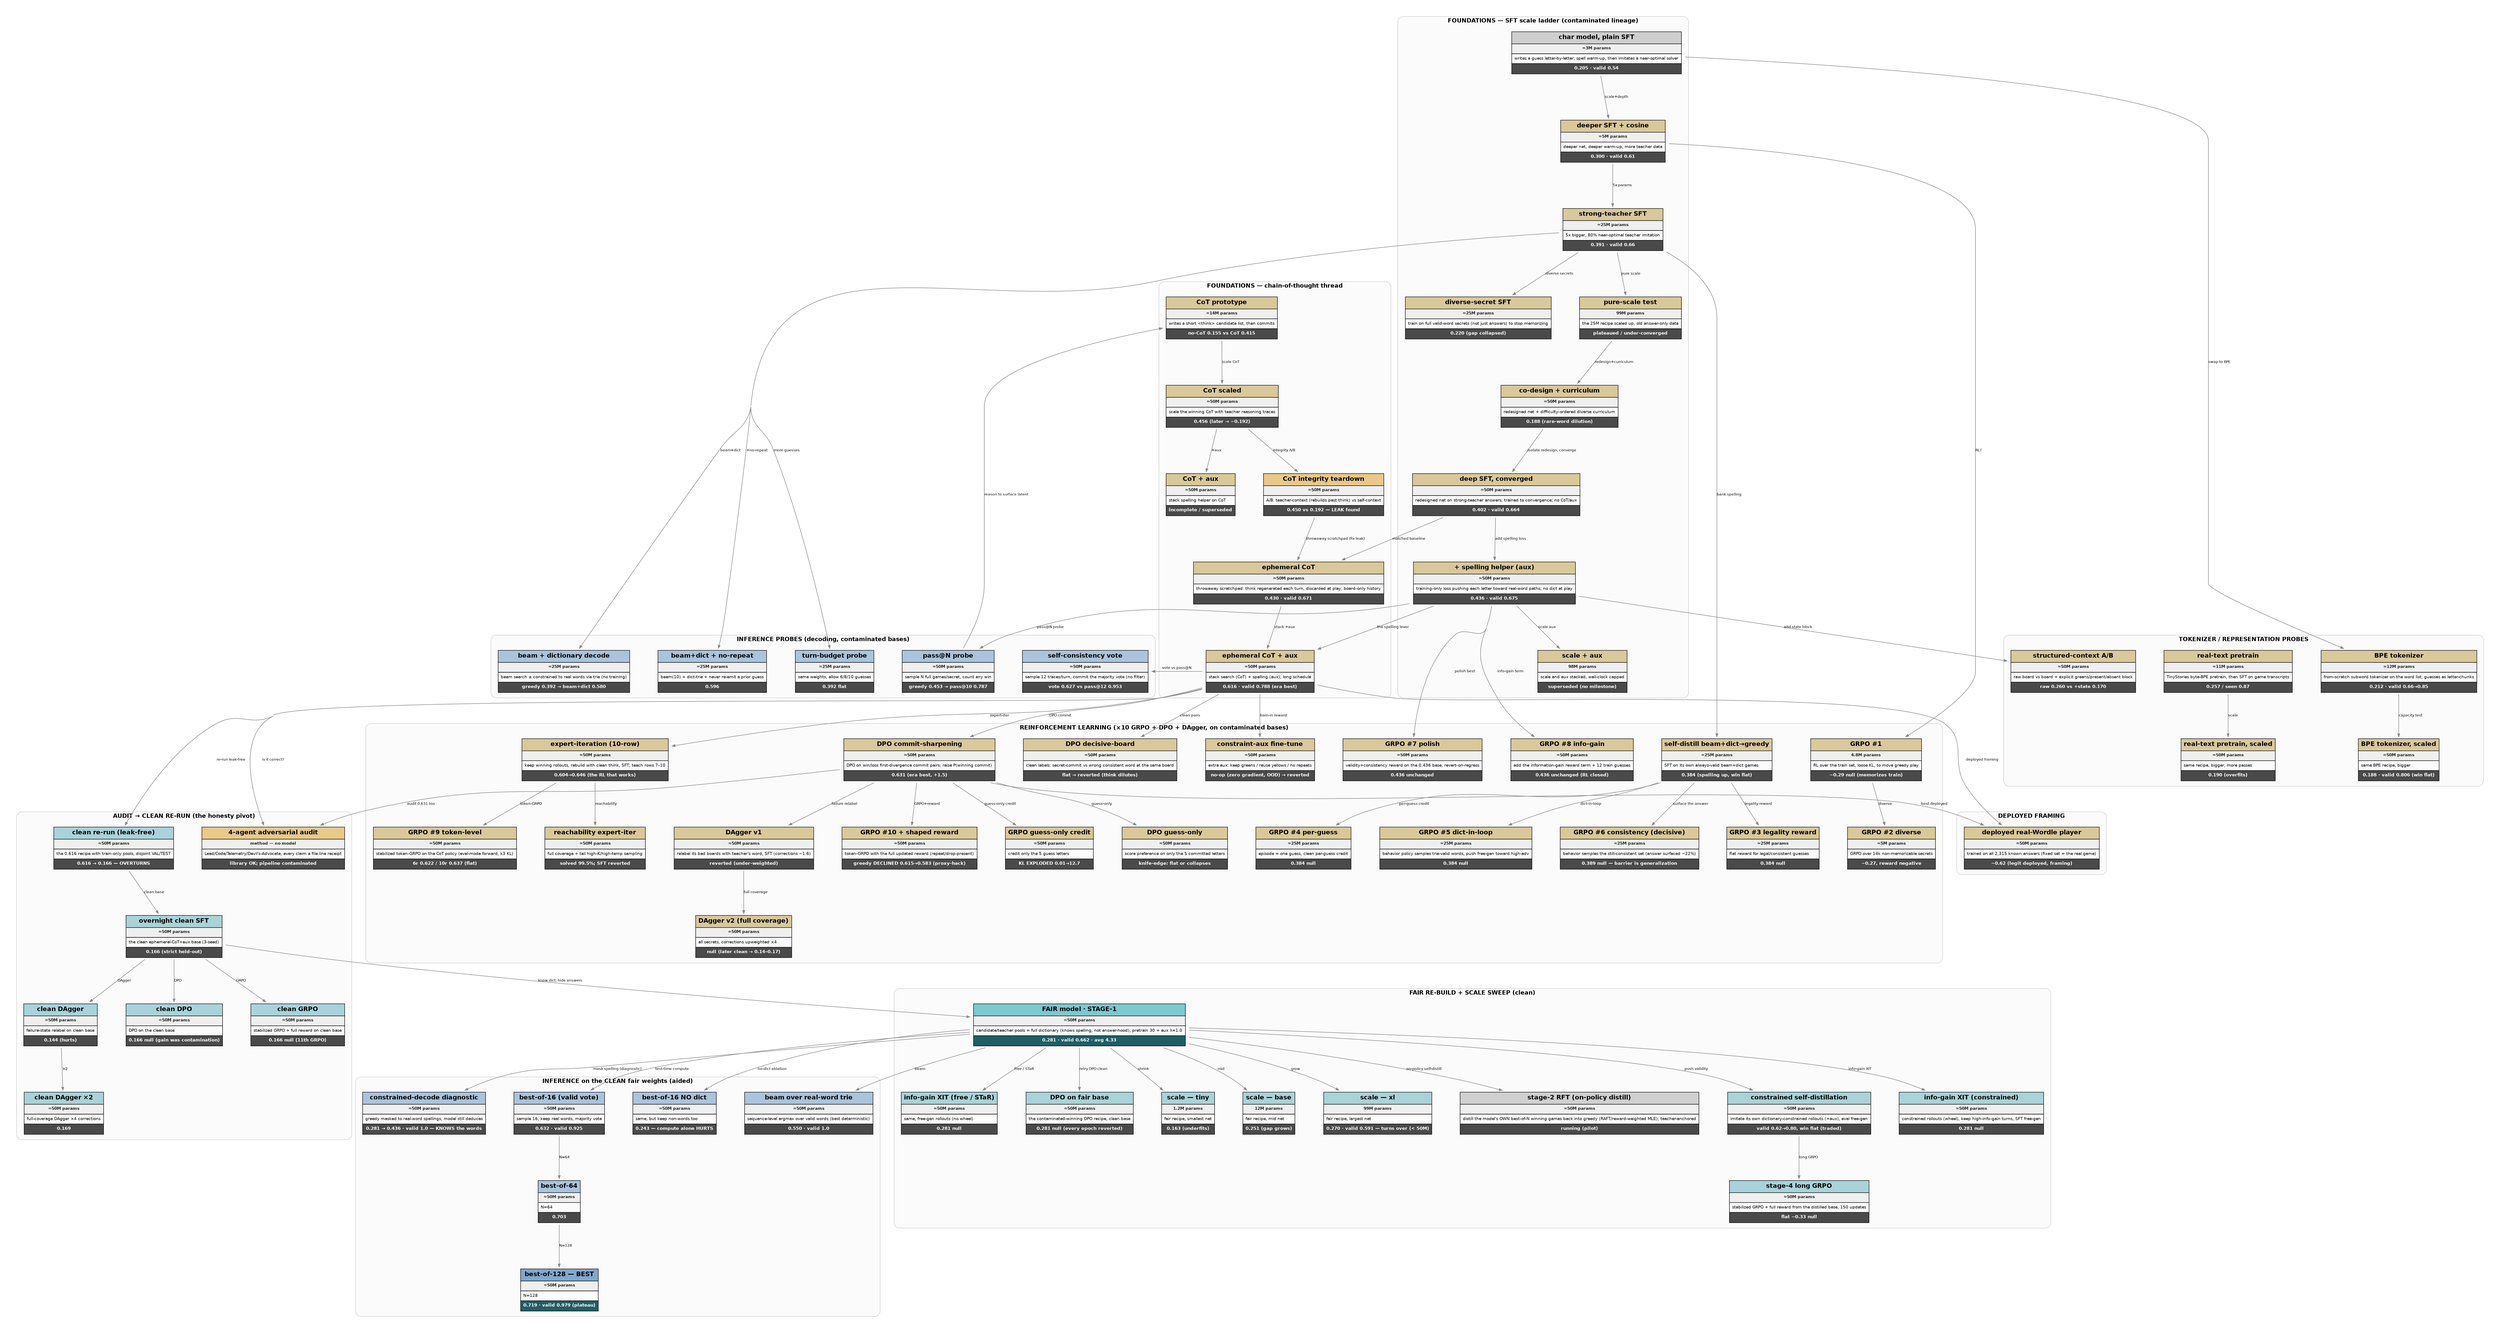
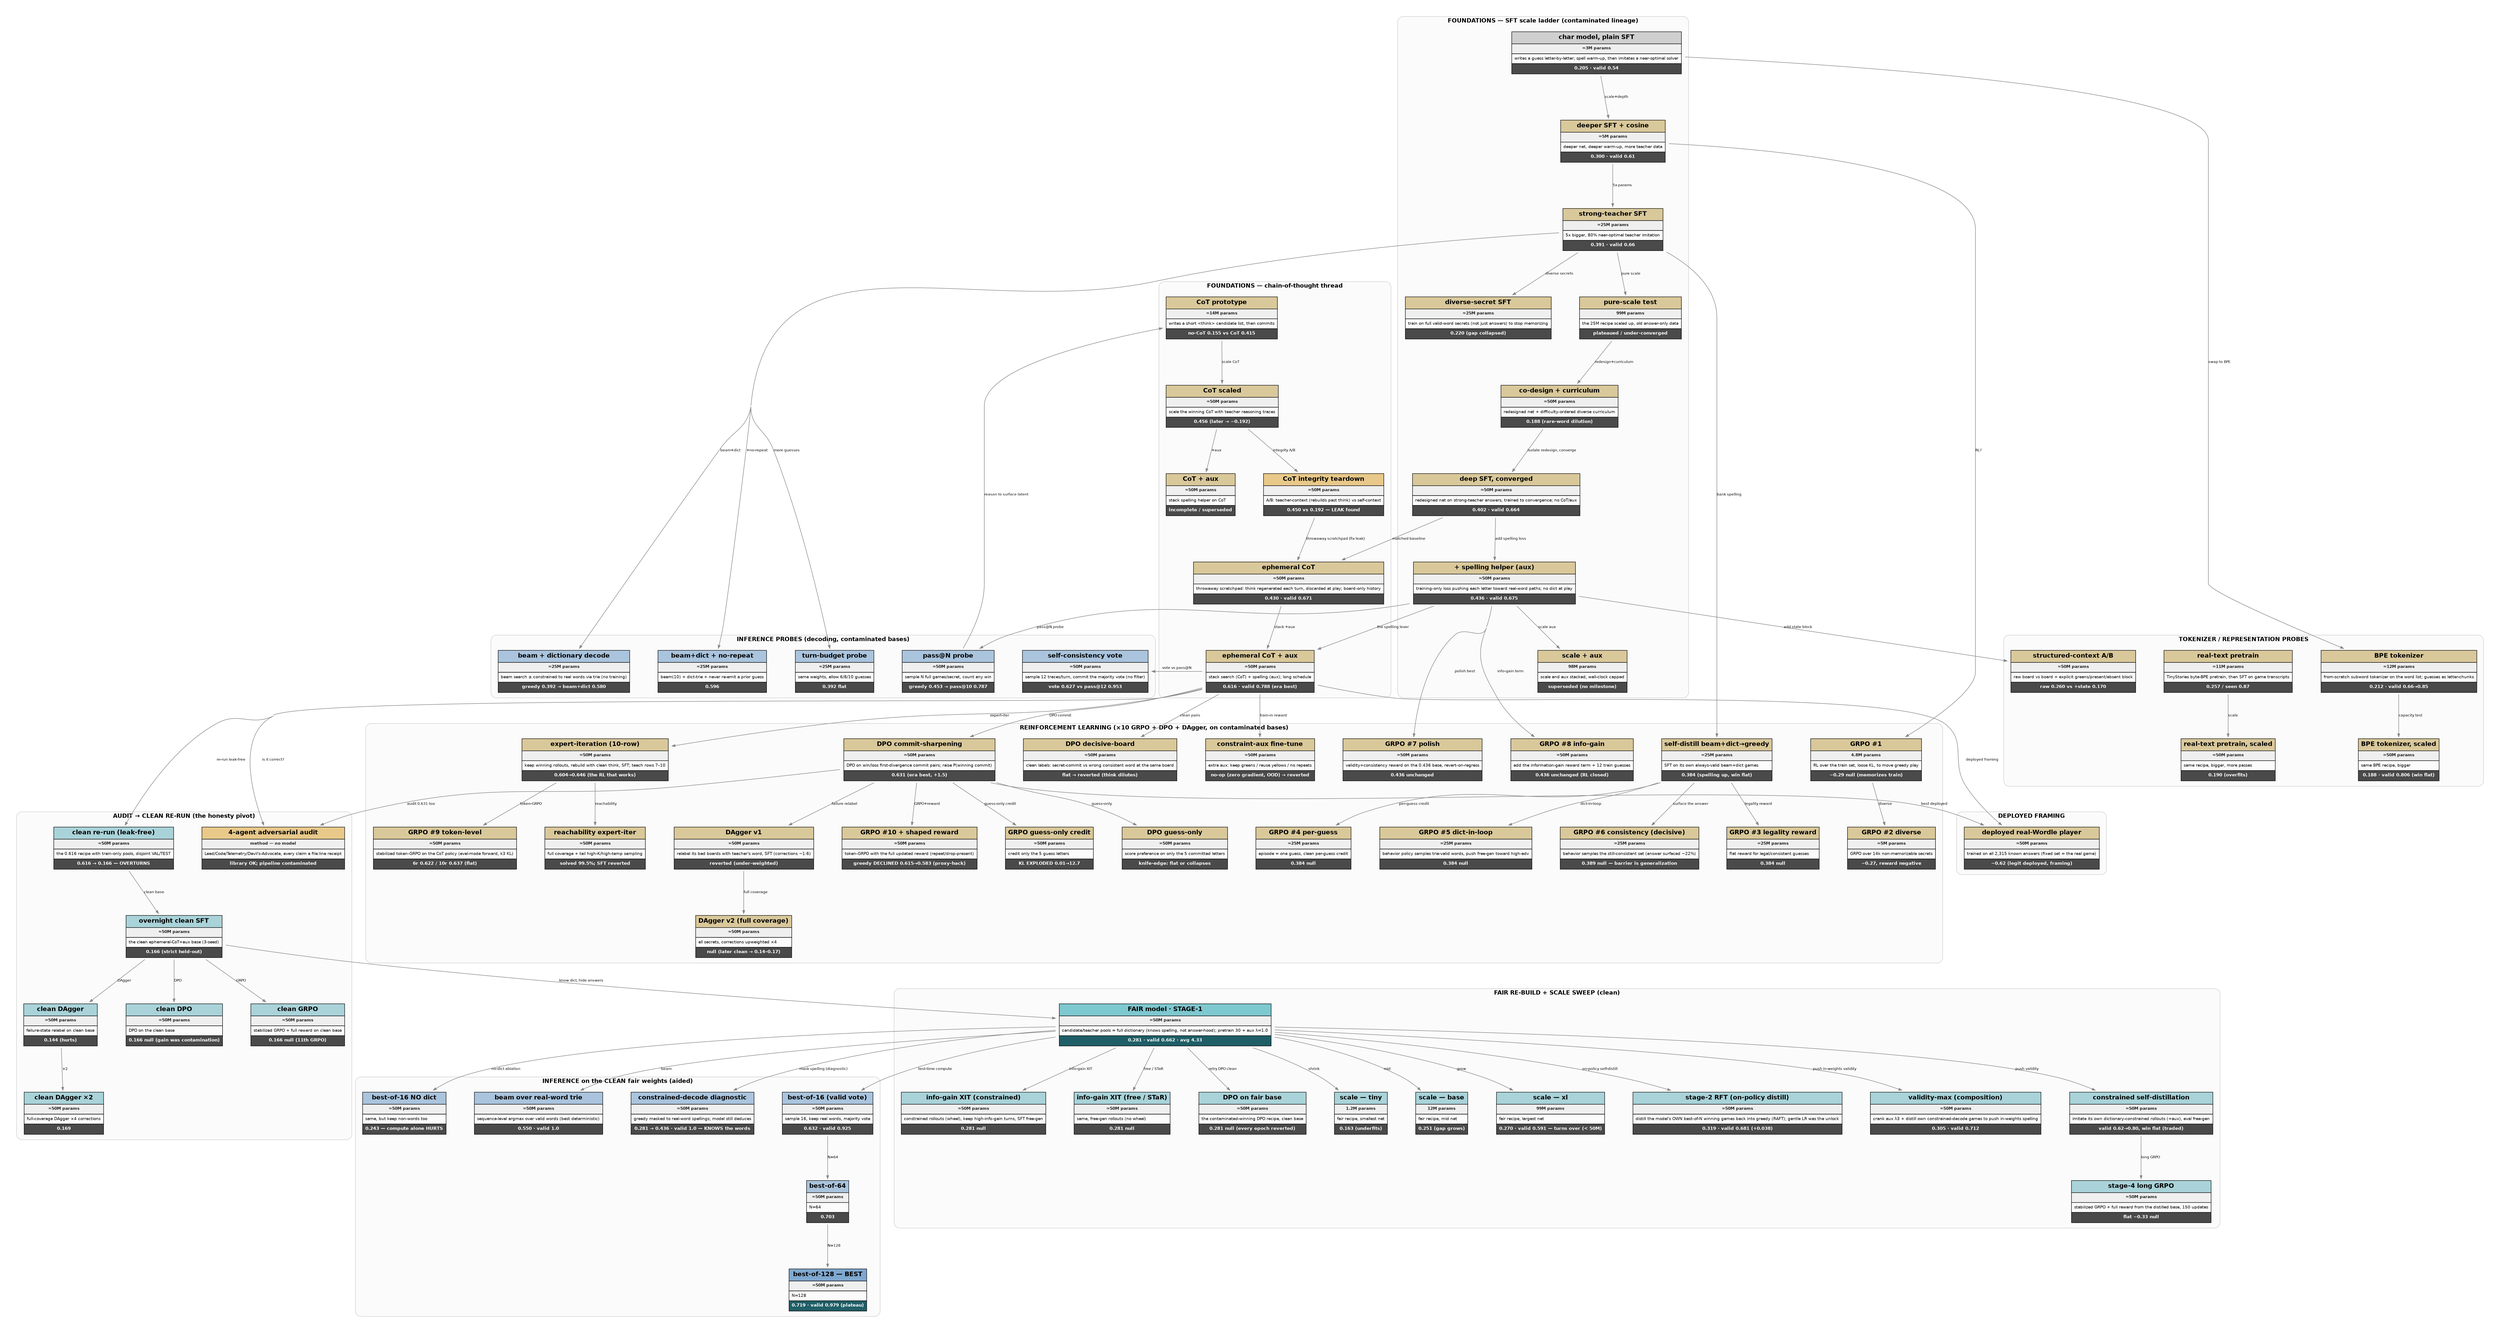
digraph experiments {
  rankdir=TB; bgcolor="white";
  graph [fontname="Helvetica", ranksep=1.2, nodesep=0.65, fontsize=13, concentrate=true, splines=spline, pad=0.4];
  node [shape=plaintext, fontname="Helvetica"];
  edge [fontname="Helvetica", fontsize=8, color="#888888", penwidth=1.1, arrowsize=0.7];
  subgraph cluster_found { label=<<B>FOUNDATIONS — SFT scale ladder (contaminated lineage)</B>>; fontsize=13; color="#cccccc"; style="rounded"; bgcolor="#fbfbfb";
    sft_3m [label=<<TABLE BORDER="0" CELLBORDER="1" CELLSPACING="0" CELLPADDING="5"><TR><TD BGCOLOR="#cfcfcf"><B>char model, plain SFT</B></TD></TR><TR><TD BGCOLOR="#efefef"><FONT POINT-SIZE="9" COLOR="#222222"><B>≈3M params</B></FONT></TD></TR><TR><TD ALIGN="LEFT"><FONT POINT-SIZE="9">writes a guess letter-by-letter; spell warm-up, then imitates a near-optimal solver</FONT></TD></TR><TR><TD BGCOLOR="#4a4a4a"><FONT COLOR="white" POINT-SIZE="10"><B>0.205 · valid 0.54</B></FONT></TD></TR></TABLE>>];
    sft_5m [label=<<TABLE BORDER="0" CELLBORDER="1" CELLSPACING="0" CELLPADDING="5"><TR><TD BGCOLOR="#d9c89a"><B>deeper SFT + cosine</B></TD></TR><TR><TD BGCOLOR="#efefef"><FONT POINT-SIZE="9" COLOR="#222222"><B>≈5M params</B></FONT></TD></TR><TR><TD ALIGN="LEFT"><FONT POINT-SIZE="9">deeper net, deeper warm-up, more teacher data</FONT></TD></TR><TR><TD BGCOLOR="#4a4a4a"><FONT COLOR="white" POINT-SIZE="10"><B>0.300 · valid 0.61</B></FONT></TD></TR></TABLE>>];
    sft_25m [label=<<TABLE BORDER="0" CELLBORDER="1" CELLSPACING="0" CELLPADDING="5"><TR><TD BGCOLOR="#d9c89a"><B>strong-teacher SFT</B></TD></TR><TR><TD BGCOLOR="#efefef"><FONT POINT-SIZE="9" COLOR="#222222"><B>≈25M params</B></FONT></TD></TR><TR><TD ALIGN="LEFT"><FONT POINT-SIZE="9">5x bigger, 80% near-optimal teacher imitation</FONT></TD></TR><TR><TD BGCOLOR="#4a4a4a"><FONT COLOR="white" POINT-SIZE="10"><B>0.391 · valid 0.66</B></FONT></TD></TR></TABLE>>];
    sft_25m_div [label=<<TABLE BORDER="0" CELLBORDER="1" CELLSPACING="0" CELLPADDING="5"><TR><TD BGCOLOR="#d9c89a"><B>diverse-secret SFT</B></TD></TR><TR><TD BGCOLOR="#efefef"><FONT POINT-SIZE="9" COLOR="#222222"><B>≈25M params</B></FONT></TD></TR><TR><TD ALIGN="LEFT"><FONT POINT-SIZE="9">train on full valid-word secrets (not just answers) to stop memorizing</FONT></TD></TR><TR><TD BGCOLOR="#4a4a4a"><FONT COLOR="white" POINT-SIZE="10"><B>0.220 (gap collapsed)</B></FONT></TD></TR></TABLE>>];
    scale_99m [label=<<TABLE BORDER="0" CELLBORDER="1" CELLSPACING="0" CELLPADDING="5"><TR><TD BGCOLOR="#d9c89a"><B>pure-scale test</B></TD></TR><TR><TD BGCOLOR="#efefef"><FONT POINT-SIZE="9" COLOR="#222222"><B>99M params</B></FONT></TD></TR><TR><TD ALIGN="LEFT"><FONT POINT-SIZE="9">the 25M recipe scaled up, old answer-only data</FONT></TD></TR><TR><TD BGCOLOR="#4a4a4a"><FONT COLOR="white" POINT-SIZE="10"><B>plateaued / under-converged</B></FONT></TD></TR></TABLE>>];
    codesign_50m [label=<<TABLE BORDER="0" CELLBORDER="1" CELLSPACING="0" CELLPADDING="5"><TR><TD BGCOLOR="#d9c89a"><B>co-design + curriculum</B></TD></TR><TR><TD BGCOLOR="#efefef"><FONT POINT-SIZE="9" COLOR="#222222"><B>≈50M params</B></FONT></TD></TR><TR><TD ALIGN="LEFT"><FONT POINT-SIZE="9">redesigned net + difficulty-ordered diverse curriculum</FONT></TD></TR><TR><TD BGCOLOR="#4a4a4a"><FONT COLOR="white" POINT-SIZE="10"><B>0.188 (rare-word dilution)</B></FONT></TD></TR></TABLE>>];
    sft_deep [label=<<TABLE BORDER="0" CELLBORDER="1" CELLSPACING="0" CELLPADDING="5"><TR><TD BGCOLOR="#d9c89a"><B>deep SFT, converged</B></TD></TR><TR><TD BGCOLOR="#efefef"><FONT POINT-SIZE="9" COLOR="#222222"><B>≈50M params</B></FONT></TD></TR><TR><TD ALIGN="LEFT"><FONT POINT-SIZE="9">redesigned net on strong-teacher answers, trained to convergence; no CoT/aux</FONT></TD></TR><TR><TD BGCOLOR="#4a4a4a"><FONT COLOR="white" POINT-SIZE="10"><B>0.402 · valid 0.664</B></FONT></TD></TR></TABLE>>];
    sft_aux [label=<<TABLE BORDER="0" CELLBORDER="1" CELLSPACING="0" CELLPADDING="5"><TR><TD BGCOLOR="#d9c89a"><B>+ spelling helper (aux)</B></TD></TR><TR><TD BGCOLOR="#efefef"><FONT POINT-SIZE="9" COLOR="#222222"><B>≈50M params</B></FONT></TD></TR><TR><TD ALIGN="LEFT"><FONT POINT-SIZE="9">training-only loss pushing each letter toward real-word paths; no dict at play</FONT></TD></TR><TR><TD BGCOLOR="#4a4a4a"><FONT COLOR="white" POINT-SIZE="10"><B>0.436 · valid 0.675</B></FONT></TD></TR></TABLE>>];
    sft_aux_xl [label=<<TABLE BORDER="0" CELLBORDER="1" CELLSPACING="0" CELLPADDING="5"><TR><TD BGCOLOR="#d9c89a"><B>scale + aux</B></TD></TR><TR><TD BGCOLOR="#efefef"><FONT POINT-SIZE="9" COLOR="#222222"><B>98M params</B></FONT></TD></TR><TR><TD ALIGN="LEFT"><FONT POINT-SIZE="9">scale and aux stacked, wall-clock capped</FONT></TD></TR><TR><TD BGCOLOR="#4a4a4a"><FONT COLOR="white" POINT-SIZE="10"><B>superseded (no milestone)</B></FONT></TD></TR></TABLE>>];
  }
  subgraph cluster_cot { label=<<B>FOUNDATIONS — chain-of-thought thread</B>>; fontsize=13; color="#cccccc"; style="rounded"; bgcolor="#fbfbfb";
    cot_14m [label=<<TABLE BORDER="0" CELLBORDER="1" CELLSPACING="0" CELLPADDING="5"><TR><TD BGCOLOR="#d9c89a"><B>CoT prototype</B></TD></TR><TR><TD BGCOLOR="#efefef"><FONT POINT-SIZE="9" COLOR="#222222"><B>≈14M params</B></FONT></TD></TR><TR><TD ALIGN="LEFT"><FONT POINT-SIZE="9">writes a short &lt;think&gt; candidate list, then commits</FONT></TD></TR><TR><TD BGCOLOR="#4a4a4a"><FONT COLOR="white" POINT-SIZE="10"><B>no-CoT 0.155 vs CoT 0.415</B></FONT></TD></TR></TABLE>>];
    cot_50m [label=<<TABLE BORDER="0" CELLBORDER="1" CELLSPACING="0" CELLPADDING="5"><TR><TD BGCOLOR="#d9c89a"><B>CoT scaled</B></TD></TR><TR><TD BGCOLOR="#efefef"><FONT POINT-SIZE="9" COLOR="#222222"><B>≈50M params</B></FONT></TD></TR><TR><TD ALIGN="LEFT"><FONT POINT-SIZE="9">scale the winning CoT with teacher reasoning traces</FONT></TD></TR><TR><TD BGCOLOR="#4a4a4a"><FONT COLOR="white" POINT-SIZE="10"><B>0.456 (later → ~0.192)</B></FONT></TD></TR></TABLE>>];
    cot_50m_aux [label=<<TABLE BORDER="0" CELLBORDER="1" CELLSPACING="0" CELLPADDING="5"><TR><TD BGCOLOR="#d9c89a"><B>CoT + aux</B></TD></TR><TR><TD BGCOLOR="#efefef"><FONT POINT-SIZE="9" COLOR="#222222"><B>≈50M params</B></FONT></TD></TR><TR><TD ALIGN="LEFT"><FONT POINT-SIZE="9">stack spelling helper on CoT</FONT></TD></TR><TR><TD BGCOLOR="#4a4a4a"><FONT COLOR="white" POINT-SIZE="10"><B>incomplete / superseded</B></FONT></TD></TR></TABLE>>];
    cot_show [label=<<TABLE BORDER="0" CELLBORDER="1" CELLSPACING="0" CELLPADDING="5"><TR><TD BGCOLOR="#e8c98a"><B>CoT integrity teardown</B></TD></TR><TR><TD BGCOLOR="#efefef"><FONT POINT-SIZE="9" COLOR="#222222"><B>≈50M params</B></FONT></TD></TR><TR><TD ALIGN="LEFT"><FONT POINT-SIZE="9">A/B: teacher-context (rebuilds past think) vs self-context</FONT></TD></TR><TR><TD BGCOLOR="#4a4a4a"><FONT COLOR="white" POINT-SIZE="10"><B>0.450 vs 0.192 — LEAK found</B></FONT></TD></TR></TABLE>>];
    cot_eph [label=<<TABLE BORDER="0" CELLBORDER="1" CELLSPACING="0" CELLPADDING="5"><TR><TD BGCOLOR="#d9c89a"><B>ephemeral CoT</B></TD></TR><TR><TD BGCOLOR="#efefef"><FONT POINT-SIZE="9" COLOR="#222222"><B>≈50M params</B></FONT></TD></TR><TR><TD ALIGN="LEFT"><FONT POINT-SIZE="9">throwaway scratchpad: think regenerated each turn, discarded at play; board-only history</FONT></TD></TR><TR><TD BGCOLOR="#4a4a4a"><FONT COLOR="white" POINT-SIZE="10"><B>0.430 · valid 0.671</B></FONT></TD></TR></TABLE>>];
    cot_eph_aux [label=<<TABLE BORDER="0" CELLBORDER="1" CELLSPACING="0" CELLPADDING="5"><TR><TD BGCOLOR="#d9c89a"><B>ephemeral CoT + aux</B></TD></TR><TR><TD BGCOLOR="#efefef"><FONT POINT-SIZE="9" COLOR="#222222"><B>≈50M params</B></FONT></TD></TR><TR><TD ALIGN="LEFT"><FONT POINT-SIZE="9">stack search (CoT) + spelling (aux); long schedule</FONT></TD></TR><TR><TD BGCOLOR="#4a4a4a"><FONT COLOR="white" POINT-SIZE="10"><B>0.616 · valid 0.788 (era best)</B></FONT></TD></TR></TABLE>>];
  }
  subgraph cluster_val { label=<<B>TOKENIZER / REPRESENTATION PROBES</B>>; fontsize=13; color="#cccccc"; style="rounded"; bgcolor="#fbfbfb";
    bpe_12m [label=<<TABLE BORDER="0" CELLBORDER="1" CELLSPACING="0" CELLPADDING="5"><TR><TD BGCOLOR="#d9c89a"><B>BPE tokenizer</B></TD></TR><TR><TD BGCOLOR="#efefef"><FONT POINT-SIZE="9" COLOR="#222222"><B>≈12M params</B></FONT></TD></TR><TR><TD ALIGN="LEFT"><FONT POINT-SIZE="9">from-scratch subword tokenizer on the word list; guesses as letter-chunks</FONT></TD></TR><TR><TD BGCOLOR="#4a4a4a"><FONT COLOR="white" POINT-SIZE="10"><B>0.212 · valid 0.66→0.85</B></FONT></TD></TR></TABLE>>];
    bpe_50m [label=<<TABLE BORDER="0" CELLBORDER="1" CELLSPACING="0" CELLPADDING="5"><TR><TD BGCOLOR="#d9c89a"><B>BPE tokenizer, scaled</B></TD></TR><TR><TD BGCOLOR="#efefef"><FONT POINT-SIZE="9" COLOR="#222222"><B>≈50M params</B></FONT></TD></TR><TR><TD ALIGN="LEFT"><FONT POINT-SIZE="9">same BPE recipe, bigger</FONT></TD></TR><TR><TD BGCOLOR="#4a4a4a"><FONT COLOR="white" POINT-SIZE="10"><B>0.188 · valid 0.806 (win flat)</B></FONT></TD></TR></TABLE>>];
    oreo_11m [label=<<TABLE BORDER="0" CELLBORDER="1" CELLSPACING="0" CELLPADDING="5"><TR><TD BGCOLOR="#d9c89a"><B>real-text pretrain</B></TD></TR><TR><TD BGCOLOR="#efefef"><FONT POINT-SIZE="9" COLOR="#222222"><B>≈11M params</B></FONT></TD></TR><TR><TD ALIGN="LEFT"><FONT POINT-SIZE="9">TinyStories byte-BPE pretrain, then SFT on game transcripts</FONT></TD></TR><TR><TD BGCOLOR="#4a4a4a"><FONT COLOR="white" POINT-SIZE="10"><B>0.257 / seen 0.87</B></FONT></TD></TR></TABLE>>];
    oreo_50m [label=<<TABLE BORDER="0" CELLBORDER="1" CELLSPACING="0" CELLPADDING="5"><TR><TD BGCOLOR="#d9c89a"><B>real-text pretrain, scaled</B></TD></TR><TR><TD BGCOLOR="#efefef"><FONT POINT-SIZE="9" COLOR="#222222"><B>≈50M params</B></FONT></TD></TR><TR><TD ALIGN="LEFT"><FONT POINT-SIZE="9">same recipe, bigger, more passes</FONT></TD></TR><TR><TD BGCOLOR="#4a4a4a"><FONT COLOR="white" POINT-SIZE="10"><B>0.190 (overfits)</B></FONT></TD></TR></TABLE>>];
    structured_ctx [label=<<TABLE BORDER="0" CELLBORDER="1" CELLSPACING="0" CELLPADDING="5"><TR><TD BGCOLOR="#d9c89a"><B>structured-context A/B</B></TD></TR><TR><TD BGCOLOR="#efefef"><FONT POINT-SIZE="9" COLOR="#222222"><B>≈50M params</B></FONT></TD></TR><TR><TD ALIGN="LEFT"><FONT POINT-SIZE="9">raw board vs board + explicit greens/present/absent block</FONT></TD></TR><TR><TD BGCOLOR="#4a4a4a"><FONT COLOR="white" POINT-SIZE="10"><B>raw 0.260 vs +state 0.170</B></FONT></TD></TR></TABLE>>];
  }
  subgraph cluster_rl { label=<<B>REINFORCEMENT LEARNING (×10 GRPO + DPO + DAgger, on contaminated bases)</B>>; fontsize=13; color="#cccccc"; style="rounded"; bgcolor="#fbfbfb";
    grpo_5m [label=<<TABLE BORDER="0" CELLBORDER="1" CELLSPACING="0" CELLPADDING="5"><TR><TD BGCOLOR="#d9c89a"><B>GRPO #1</B></TD></TR><TR><TD BGCOLOR="#efefef"><FONT POINT-SIZE="9" COLOR="#222222"><B>4.8M params</B></FONT></TD></TR><TR><TD ALIGN="LEFT"><FONT POINT-SIZE="9">RL over the train set, loose KL, to move greedy play</FONT></TD></TR><TR><TD BGCOLOR="#4a4a4a"><FONT COLOR="white" POINT-SIZE="10"><B>~0.29 null (memorizes train)</B></FONT></TD></TR></TABLE>>];
    grpo_5m_div [label=<<TABLE BORDER="0" CELLBORDER="1" CELLSPACING="0" CELLPADDING="5"><TR><TD BGCOLOR="#d9c89a"><B>GRPO #2 diverse</B></TD></TR><TR><TD BGCOLOR="#efefef"><FONT POINT-SIZE="9" COLOR="#222222"><B>≈5M params</B></FONT></TD></TR><TR><TD ALIGN="LEFT"><FONT POINT-SIZE="9">GRPO over 14k non-memorizable secrets</FONT></TD></TR><TR><TD BGCOLOR="#4a4a4a"><FONT COLOR="white" POINT-SIZE="10"><B>~0.27, reward negative</B></FONT></TD></TR></TABLE>>];
    self_distill_25m [label=<<TABLE BORDER="0" CELLBORDER="1" CELLSPACING="0" CELLPADDING="5"><TR><TD BGCOLOR="#d9c89a"><B>self-distill beam+dict→greedy</B></TD></TR><TR><TD BGCOLOR="#efefef"><FONT POINT-SIZE="9" COLOR="#222222"><B>≈25M params</B></FONT></TD></TR><TR><TD ALIGN="LEFT"><FONT POINT-SIZE="9">SFT on its own always-valid beam+dict games</FONT></TD></TR><TR><TD BGCOLOR="#4a4a4a"><FONT COLOR="white" POINT-SIZE="10"><B>0.384 (spelling up, win flat)</B></FONT></TD></TR></TABLE>>];
    rl_consistency [label=<<TABLE BORDER="0" CELLBORDER="1" CELLSPACING="0" CELLPADDING="5"><TR><TD BGCOLOR="#d9c89a"><B>GRPO #3 legality reward</B></TD></TR><TR><TD BGCOLOR="#efefef"><FONT POINT-SIZE="9" COLOR="#222222"><B>≈25M params</B></FONT></TD></TR><TR><TD ALIGN="LEFT"><FONT POINT-SIZE="9">flat reward for legal/consistent guesses</FONT></TD></TR><TR><TD BGCOLOR="#4a4a4a"><FONT COLOR="white" POINT-SIZE="10"><B>0.384 null</B></FONT></TD></TR></TABLE>>];
    rl_perguess [label=<<TABLE BORDER="0" CELLBORDER="1" CELLSPACING="0" CELLPADDING="5"><TR><TD BGCOLOR="#d9c89a"><B>GRPO #4 per-guess</B></TD></TR><TR><TD BGCOLOR="#efefef"><FONT POINT-SIZE="9" COLOR="#222222"><B>≈25M params</B></FONT></TD></TR><TR><TD ALIGN="LEFT"><FONT POINT-SIZE="9">episode = one guess, clean per-guess credit</FONT></TD></TR><TR><TD BGCOLOR="#4a4a4a"><FONT COLOR="white" POINT-SIZE="10"><B>0.384 null</B></FONT></TD></TR></TABLE>>];
    rl_dict [label=<<TABLE BORDER="0" CELLBORDER="1" CELLSPACING="0" CELLPADDING="5"><TR><TD BGCOLOR="#d9c89a"><B>GRPO #5 dict-in-loop</B></TD></TR><TR><TD BGCOLOR="#efefef"><FONT POINT-SIZE="9" COLOR="#222222"><B>≈25M params</B></FONT></TD></TR><TR><TD ALIGN="LEFT"><FONT POINT-SIZE="9">behavior policy samples trie-valid words, push free-gen toward high-adv</FONT></TD></TR><TR><TD BGCOLOR="#4a4a4a"><FONT COLOR="white" POINT-SIZE="10"><B>0.384 null</B></FONT></TD></TR></TABLE>>];
    rl_constrained [label=<<TABLE BORDER="0" CELLBORDER="1" CELLSPACING="0" CELLPADDING="5"><TR><TD BGCOLOR="#d9c89a"><B>GRPO #6 consistency (decisive)</B></TD></TR><TR><TD BGCOLOR="#efefef"><FONT POINT-SIZE="9" COLOR="#222222"><B>≈25M params</B></FONT></TD></TR><TR><TD ALIGN="LEFT"><FONT POINT-SIZE="9">behavior samples the still-consistent set (answer surfaced ~22%)</FONT></TD></TR><TR><TD BGCOLOR="#4a4a4a"><FONT COLOR="white" POINT-SIZE="10"><B>0.389 null — barrier is generalization</B></FONT></TD></TR></TABLE>>];
    rl_polish [label=<<TABLE BORDER="0" CELLBORDER="1" CELLSPACING="0" CELLPADDING="5"><TR><TD BGCOLOR="#d9c89a"><B>GRPO #7 polish</B></TD></TR><TR><TD BGCOLOR="#efefef"><FONT POINT-SIZE="9" COLOR="#222222"><B>≈50M params</B></FONT></TD></TR><TR><TD ALIGN="LEFT"><FONT POINT-SIZE="9">validity+consistency reward on the 0.436 base, revert-on-regress</FONT></TD></TR><TR><TD BGCOLOR="#4a4a4a"><FONT COLOR="white" POINT-SIZE="10"><B>0.436 unchanged</B></FONT></TD></TR></TABLE>>];
    rl_infogain [label=<<TABLE BORDER="0" CELLBORDER="1" CELLSPACING="0" CELLPADDING="5"><TR><TD BGCOLOR="#d9c89a"><B>GRPO #8 info-gain</B></TD></TR><TR><TD BGCOLOR="#efefef"><FONT POINT-SIZE="9" COLOR="#222222"><B>≈50M params</B></FONT></TD></TR><TR><TD ALIGN="LEFT"><FONT POINT-SIZE="9">add the information-gain reward term + 12 train guesses</FONT></TD></TR><TR><TD BGCOLOR="#4a4a4a"><FONT COLOR="white" POINT-SIZE="10"><B>0.436 unchanged (RL closed)</B></FONT></TD></TR></TABLE>>];
    rl_expert_10row [label=<<TABLE BORDER="0" CELLBORDER="1" CELLSPACING="0" CELLPADDING="5"><TR><TD BGCOLOR="#d9c89a"><B>expert-iteration (10-row)</B></TD></TR><TR><TD BGCOLOR="#efefef"><FONT POINT-SIZE="9" COLOR="#222222"><B>≈50M params</B></FONT></TD></TR><TR><TD ALIGN="LEFT"><FONT POINT-SIZE="9">keep winning rollouts, rebuild with clean think, SFT; teach rows 7–10</FONT></TD></TR><TR><TD BGCOLOR="#4a4a4a"><FONT COLOR="white" POINT-SIZE="10"><B>0.604→0.646 (the RL that works)</B></FONT></TD></TR></TABLE>>];
    rl_expert_tail [label=<<TABLE BORDER="0" CELLBORDER="1" CELLSPACING="0" CELLPADDING="5"><TR><TD BGCOLOR="#d9c89a"><B>reachability expert-iter</B></TD></TR><TR><TD BGCOLOR="#efefef"><FONT POINT-SIZE="9" COLOR="#222222"><B>≈50M params</B></FONT></TD></TR><TR><TD ALIGN="LEFT"><FONT POINT-SIZE="9">full coverage + tail high-K/high-temp sampling</FONT></TD></TR><TR><TD BGCOLOR="#4a4a4a"><FONT COLOR="white" POINT-SIZE="10"><B>solved 99.5%; SFT reverted</B></FONT></TD></TR></TABLE>>];
    rl_grpo_polish [label=<<TABLE BORDER="0" CELLBORDER="1" CELLSPACING="0" CELLPADDING="5"><TR><TD BGCOLOR="#d9c89a"><B>GRPO #9 token-level</B></TD></TR><TR><TD BGCOLOR="#efefef"><FONT POINT-SIZE="9" COLOR="#222222"><B>≈50M params</B></FONT></TD></TR><TR><TD ALIGN="LEFT"><FONT POINT-SIZE="9">stabilized token-GRPO on the CoT policy (eval-mode forward, k3 KL)</FONT></TD></TR><TR><TD BGCOLOR="#4a4a4a"><FONT COLOR="white" POINT-SIZE="10"><B>6r 0.622 / 10r 0.637 (flat)</B></FONT></TD></TR></TABLE>>];
    dpo_commit [label=<<TABLE BORDER="0" CELLBORDER="1" CELLSPACING="0" CELLPADDING="5"><TR><TD BGCOLOR="#d9c89a"><B>DPO commit-sharpening</B></TD></TR><TR><TD BGCOLOR="#efefef"><FONT POINT-SIZE="9" COLOR="#222222"><B>≈50M params</B></FONT></TD></TR><TR><TD ALIGN="LEFT"><FONT POINT-SIZE="9">DPO on win/loss first-divergence commit pairs; raise P(winning commit)</FONT></TD></TR><TR><TD BGCOLOR="#4a4a4a"><FONT COLOR="white" POINT-SIZE="10"><B>0.631 (era best, +1.5)</B></FONT></TD></TR></TABLE>>];
    dpo_decisive [label=<<TABLE BORDER="0" CELLBORDER="1" CELLSPACING="0" CELLPADDING="5"><TR><TD BGCOLOR="#d9c89a"><B>DPO decisive-board</B></TD></TR><TR><TD BGCOLOR="#efefef"><FONT POINT-SIZE="9" COLOR="#222222"><B>≈50M params</B></FONT></TD></TR><TR><TD ALIGN="LEFT"><FONT POINT-SIZE="9">clean labels: secret-commit vs wrong consistent word at the same board</FONT></TD></TR><TR><TD BGCOLOR="#4a4a4a"><FONT COLOR="white" POINT-SIZE="10"><B>flat → reverted (think dilutes)</B></FONT></TD></TR></TABLE>>];
    dpo_guessonly [label=<<TABLE BORDER="0" CELLBORDER="1" CELLSPACING="0" CELLPADDING="5"><TR><TD BGCOLOR="#d9c89a"><B>DPO guess-only</B></TD></TR><TR><TD BGCOLOR="#efefef"><FONT POINT-SIZE="9" COLOR="#222222"><B>≈50M params</B></FONT></TD></TR><TR><TD ALIGN="LEFT"><FONT POINT-SIZE="9">score preference on only the 5 committed letters</FONT></TD></TR><TR><TD BGCOLOR="#4a4a4a"><FONT COLOR="white" POINT-SIZE="10"><B>knife-edge: flat or collapses</B></FONT></TD></TR></TABLE>>];
    constraint_aux [label=<<TABLE BORDER="0" CELLBORDER="1" CELLSPACING="0" CELLPADDING="5"><TR><TD BGCOLOR="#d9c89a"><B>constraint-aux fine-tune</B></TD></TR><TR><TD BGCOLOR="#efefef"><FONT POINT-SIZE="9" COLOR="#222222"><B>≈50M params</B></FONT></TD></TR><TR><TD ALIGN="LEFT"><FONT POINT-SIZE="9">extra aux: keep greens / reuse yellows / no repeats</FONT></TD></TR><TR><TD BGCOLOR="#4a4a4a"><FONT COLOR="white" POINT-SIZE="10"><B>no-op (zero gradient, OOD) → reverted</B></FONT></TD></TR></TABLE>>];
    dagger_v1 [label=<<TABLE BORDER="0" CELLBORDER="1" CELLSPACING="0" CELLPADDING="5"><TR><TD BGCOLOR="#d9c89a"><B>DAgger v1</B></TD></TR><TR><TD BGCOLOR="#efefef"><FONT POINT-SIZE="9" COLOR="#222222"><B>≈50M params</B></FONT></TD></TR><TR><TD ALIGN="LEFT"><FONT POINT-SIZE="9">relabel its bad boards with teacher's word, SFT (corrections ~1:6)</FONT></TD></TR><TR><TD BGCOLOR="#4a4a4a"><FONT COLOR="white" POINT-SIZE="10"><B>reverted (under-weighted)</B></FONT></TD></TR></TABLE>>];
    rl_grpo_reward [label=<<TABLE BORDER="0" CELLBORDER="1" CELLSPACING="0" CELLPADDING="5"><TR><TD BGCOLOR="#d9c89a"><B>GRPO #10 + shaped reward</B></TD></TR><TR><TD BGCOLOR="#efefef"><FONT POINT-SIZE="9" COLOR="#222222"><B>≈50M params</B></FONT></TD></TR><TR><TD ALIGN="LEFT"><FONT POINT-SIZE="9">token-GRPO with the full updated reward (repeat/drop-present)</FONT></TD></TR><TR><TD BGCOLOR="#4a4a4a"><FONT COLOR="white" POINT-SIZE="10"><B>greedy DECLINED 0.615→0.583 (proxy-hack)</B></FONT></TD></TR></TABLE>>];
    rl_grpo_guessonly [label=<<TABLE BORDER="0" CELLBORDER="1" CELLSPACING="0" CELLPADDING="5"><TR><TD BGCOLOR="#d9c89a"><B>GRPO guess-only credit</B></TD></TR><TR><TD BGCOLOR="#efefef"><FONT POINT-SIZE="9" COLOR="#222222"><B>≈50M params</B></FONT></TD></TR><TR><TD ALIGN="LEFT"><FONT POINT-SIZE="9">credit only the 5 guess letters</FONT></TD></TR><TR><TD BGCOLOR="#4a4a4a"><FONT COLOR="white" POINT-SIZE="10"><B>KL EXPLODED 0.01→12.7</B></FONT></TD></TR></TABLE>>];
    dagger_v2 [label=<<TABLE BORDER="0" CELLBORDER="1" CELLSPACING="0" CELLPADDING="5"><TR><TD BGCOLOR="#d9c89a"><B>DAgger v2 (full coverage)</B></TD></TR><TR><TD BGCOLOR="#efefef"><FONT POINT-SIZE="9" COLOR="#222222"><B>≈50M params</B></FONT></TD></TR><TR><TD ALIGN="LEFT"><FONT POINT-SIZE="9">all secrets, corrections upweighted ×4</FONT></TD></TR><TR><TD BGCOLOR="#4a4a4a"><FONT COLOR="white" POINT-SIZE="10"><B>null (later clean → 0.14–0.17)</B></FONT></TD></TR></TABLE>>];
  }
  subgraph cluster_audit { label=<<B>AUDIT → CLEAN RE-RUN (the honesty pivot)</B>>; fontsize=13; color="#cccccc"; style="rounded"; bgcolor="#fbfbfb";
    audit [label=<<TABLE BORDER="0" CELLBORDER="1" CELLSPACING="0" CELLPADDING="5"><TR><TD BGCOLOR="#e8c98a"><B>4-agent adversarial audit</B></TD></TR><TR><TD BGCOLOR="#efefef"><FONT POINT-SIZE="9" COLOR="#222222"><B>method — no model</B></FONT></TD></TR><TR><TD ALIGN="LEFT"><FONT POINT-SIZE="9">Lead/Code/Telemetry/Devil's-Advocate, every claim a file:line receipt</FONT></TD></TR><TR><TD BGCOLOR="#4a4a4a"><FONT COLOR="white" POINT-SIZE="10"><B>library OK; pipeline contaminated</B></FONT></TD></TR></TABLE>>];
    clean_rerun [label=<<TABLE BORDER="0" CELLBORDER="1" CELLSPACING="0" CELLPADDING="5"><TR><TD BGCOLOR="#a9d3d9"><B>clean re-run (leak-free)</B></TD></TR><TR><TD BGCOLOR="#efefef"><FONT POINT-SIZE="9" COLOR="#222222"><B>≈50M params</B></FONT></TD></TR><TR><TD ALIGN="LEFT"><FONT POINT-SIZE="9">the 0.616 recipe with train-only pools, disjoint VAL/TEST</FONT></TD></TR><TR><TD BGCOLOR="#4a4a4a"><FONT COLOR="white" POINT-SIZE="10"><B>0.616 → 0.166 — OVERTURNS</B></FONT></TD></TR></TABLE>>];
    overnight_clean_sft [label=<<TABLE BORDER="0" CELLBORDER="1" CELLSPACING="0" CELLPADDING="5"><TR><TD BGCOLOR="#a9d3d9"><B>overnight clean SFT</B></TD></TR><TR><TD BGCOLOR="#efefef"><FONT POINT-SIZE="9" COLOR="#222222"><B>≈50M params</B></FONT></TD></TR><TR><TD ALIGN="LEFT"><FONT POINT-SIZE="9">the clean ephemeral-CoT+aux base (3-seed)</FONT></TD></TR><TR><TD BGCOLOR="#4a4a4a"><FONT COLOR="white" POINT-SIZE="10"><B>0.166 (strict held-out)</B></FONT></TD></TR></TABLE>>];
    overnight_clean_dpo [label=<<TABLE BORDER="0" CELLBORDER="1" CELLSPACING="0" CELLPADDING="5"><TR><TD BGCOLOR="#a9d3d9"><B>clean DPO</B></TD></TR><TR><TD BGCOLOR="#efefef"><FONT POINT-SIZE="9" COLOR="#222222"><B>≈50M params</B></FONT></TD></TR><TR><TD ALIGN="LEFT"><FONT POINT-SIZE="9">DPO on the clean base</FONT></TD></TR><TR><TD BGCOLOR="#4a4a4a"><FONT COLOR="white" POINT-SIZE="10"><B>0.166 null (gain was contamination)</B></FONT></TD></TR></TABLE>>];
    overnight_clean_grpo [label=<<TABLE BORDER="0" CELLBORDER="1" CELLSPACING="0" CELLPADDING="5"><TR><TD BGCOLOR="#a9d3d9"><B>clean GRPO</B></TD></TR><TR><TD BGCOLOR="#efefef"><FONT POINT-SIZE="9" COLOR="#222222"><B>≈50M params</B></FONT></TD></TR><TR><TD ALIGN="LEFT"><FONT POINT-SIZE="9">stabilized GRPO + full reward on clean base</FONT></TD></TR><TR><TD BGCOLOR="#4a4a4a"><FONT COLOR="white" POINT-SIZE="10"><B>0.166 null (11th GRPO)</B></FONT></TD></TR></TABLE>>];
    overnight_clean_dagger [label=<<TABLE BORDER="0" CELLBORDER="1" CELLSPACING="0" CELLPADDING="5"><TR><TD BGCOLOR="#a9d3d9"><B>clean DAgger</B></TD></TR><TR><TD BGCOLOR="#efefef"><FONT POINT-SIZE="9" COLOR="#222222"><B>≈50M params</B></FONT></TD></TR><TR><TD ALIGN="LEFT"><FONT POINT-SIZE="9">failure-state relabel on clean base</FONT></TD></TR><TR><TD BGCOLOR="#4a4a4a"><FONT COLOR="white" POINT-SIZE="10"><B>0.144 (hurts)</B></FONT></TD></TR></TABLE>>];
    overnight_clean_dagger2 [label=<<TABLE BORDER="0" CELLBORDER="1" CELLSPACING="0" CELLPADDING="5"><TR><TD BGCOLOR="#a9d3d9"><B>clean DAgger ×2</B></TD></TR><TR><TD BGCOLOR="#efefef"><FONT POINT-SIZE="9" COLOR="#222222"><B>≈50M params</B></FONT></TD></TR><TR><TD ALIGN="LEFT"><FONT POINT-SIZE="9">full-coverage DAgger ×4 corrections</FONT></TD></TR><TR><TD BGCOLOR="#4a4a4a"><FONT COLOR="white" POINT-SIZE="10"><B>0.169</B></FONT></TD></TR></TABLE>>];
  }
  subgraph cluster_scale { label=<<B>FAIR RE-BUILD + SCALE SWEEP (clean)</B>>; fontsize=13; color="#cccccc"; style="rounded"; bgcolor="#fbfbfb";
    fair_stage1 [label=<<TABLE BORDER="0" CELLBORDER="1" CELLSPACING="0" CELLPADDING="5"><TR><TD BGCOLOR="#7ec8d0"><B>FAIR model · STAGE-1</B></TD></TR><TR><TD BGCOLOR="#efefef"><FONT POINT-SIZE="9" COLOR="#222222"><B>≈50M params</B></FONT></TD></TR><TR><TD ALIGN="LEFT"><FONT POINT-SIZE="9">candidate/teacher pools = full dictionary (knows spelling, not answer-hood); pretrain 30 + aux λ=1.0</FONT></TD></TR><TR><TD BGCOLOR="#1f5e66"><FONT COLOR="white" POINT-SIZE="10"><B>0.281 · valid 0.662 · avg 4.33</B></FONT></TD></TR></TABLE>>];
    distill_constrained [label=<<TABLE BORDER="0" CELLBORDER="1" CELLSPACING="0" CELLPADDING="5"><TR><TD BGCOLOR="#a9d3d9"><B>constrained self-distillation</B></TD></TR><TR><TD BGCOLOR="#efefef"><FONT POINT-SIZE="9" COLOR="#222222"><B>≈50M params</B></FONT></TD></TR><TR><TD ALIGN="LEFT"><FONT POINT-SIZE="9">imitate its own dictionary-constrained rollouts (+aux), eval free-gen</FONT></TD></TR><TR><TD BGCOLOR="#4a4a4a"><FONT COLOR="white" POINT-SIZE="10"><B>valid 0.62→0.80, win flat (traded)</B></FONT></TD></TR></TABLE>>];
    infogain_xit_c [label=<<TABLE BORDER="0" CELLBORDER="1" CELLSPACING="0" CELLPADDING="5"><TR><TD BGCOLOR="#a9d3d9"><B>info-gain XIT (constrained)</B></TD></TR><TR><TD BGCOLOR="#efefef"><FONT POINT-SIZE="9" COLOR="#222222"><B>≈50M params</B></FONT></TD></TR><TR><TD ALIGN="LEFT"><FONT POINT-SIZE="9">constrained rollouts (wheel), keep high-info-gain turns, SFT free-gen</FONT></TD></TR><TR><TD BGCOLOR="#4a4a4a"><FONT COLOR="white" POINT-SIZE="10"><B>0.281 null</B></FONT></TD></TR></TABLE>>];
    infogain_xit_f [label=<<TABLE BORDER="0" CELLBORDER="1" CELLSPACING="0" CELLPADDING="5"><TR><TD BGCOLOR="#a9d3d9"><B>info-gain XIT (free / STaR)</B></TD></TR><TR><TD BGCOLOR="#efefef"><FONT POINT-SIZE="9" COLOR="#222222"><B>≈50M params</B></FONT></TD></TR><TR><TD ALIGN="LEFT"><FONT POINT-SIZE="9">same, free-gen rollouts (no wheel)</FONT></TD></TR><TR><TD BGCOLOR="#4a4a4a"><FONT COLOR="white" POINT-SIZE="10"><B>0.281 null</B></FONT></TD></TR></TABLE>>];
    dpo_fair [label=<<TABLE BORDER="0" CELLBORDER="1" CELLSPACING="0" CELLPADDING="5"><TR><TD BGCOLOR="#a9d3d9"><B>DPO on fair base</B></TD></TR><TR><TD BGCOLOR="#efefef"><FONT POINT-SIZE="9" COLOR="#222222"><B>≈50M params</B></FONT></TD></TR><TR><TD ALIGN="LEFT"><FONT POINT-SIZE="9">the contaminated-winning DPO recipe, clean base</FONT></TD></TR><TR><TD BGCOLOR="#4a4a4a"><FONT COLOR="white" POINT-SIZE="10"><B>0.281 null (every epoch reverted)</B></FONT></TD></TR></TABLE>>];
    grpo_full_fair [label=<<TABLE BORDER="0" CELLBORDER="1" CELLSPACING="0" CELLPADDING="5"><TR><TD BGCOLOR="#a9d3d9"><B>stage-4 long GRPO</B></TD></TR><TR><TD BGCOLOR="#efefef"><FONT POINT-SIZE="9" COLOR="#222222"><B>≈50M params</B></FONT></TD></TR><TR><TD ALIGN="LEFT"><FONT POINT-SIZE="9">stabilized GRPO + full reward from the distilled base, 150 updates</FONT></TD></TR><TR><TD BGCOLOR="#4a4a4a"><FONT COLOR="white" POINT-SIZE="10"><B>flat ~0.33 null</B></FONT></TD></TR></TABLE>>];
    scale_tiny [label=<<TABLE BORDER="0" CELLBORDER="1" CELLSPACING="0" CELLPADDING="5"><TR><TD BGCOLOR="#a9d3d9"><B>scale — tiny</B></TD></TR><TR><TD BGCOLOR="#efefef"><FONT POINT-SIZE="9" COLOR="#222222"><B>1.2M params</B></FONT></TD></TR><TR><TD ALIGN="LEFT"><FONT POINT-SIZE="9">fair recipe, smallest net</FONT></TD></TR><TR><TD BGCOLOR="#4a4a4a"><FONT COLOR="white" POINT-SIZE="10"><B>0.163 (underfits)</B></FONT></TD></TR></TABLE>>];
    scale_base [label=<<TABLE BORDER="0" CELLBORDER="1" CELLSPACING="0" CELLPADDING="5"><TR><TD BGCOLOR="#a9d3d9"><B>scale — base</B></TD></TR><TR><TD BGCOLOR="#efefef"><FONT POINT-SIZE="9" COLOR="#222222"><B>12M params</B></FONT></TD></TR><TR><TD ALIGN="LEFT"><FONT POINT-SIZE="9">fair recipe, mid net</FONT></TD></TR><TR><TD BGCOLOR="#4a4a4a"><FONT COLOR="white" POINT-SIZE="10"><B>0.251 (gap grows)</B></FONT></TD></TR></TABLE>>];
    scale_xl [label=<<TABLE BORDER="0" CELLBORDER="1" CELLSPACING="0" CELLPADDING="5"><TR><TD BGCOLOR="#a9d3d9"><B>scale — xl</B></TD></TR><TR><TD BGCOLOR="#efefef"><FONT POINT-SIZE="9" COLOR="#222222"><B>99M params</B></FONT></TD></TR><TR><TD ALIGN="LEFT"><FONT POINT-SIZE="9">fair recipe, largest net</FONT></TD></TR><TR><TD BGCOLOR="#4a4a4a"><FONT COLOR="white" POINT-SIZE="10"><B>0.270 · valid 0.591 — turns over (&lt; 50M)</B></FONT></TD></TR></TABLE>>];
-     rft_stage2 [label=<<TABLE BORDER="0" CELLBORDER="1" CELLSPACING="0" CELLPADDING="5"><TR><TD BGCOLOR="#d0d0d0"><B>stage-2 RFT (on-policy distill)</B></TD></TR><TR><TD BGCOLOR="#efefef"><FONT POINT-SIZE="9" COLOR="#222222"><B>≈50M params</B></FONT></TD></TR><TR><TD ALIGN="LEFT"><FONT POINT-SIZE="9">distill the model's OWN best-of-N winning games back into greedy (RAFT/reward-weighted MLE); teacher-anchored</FONT></TD></TR><TR><TD BGCOLOR="#4a4a4a"><FONT COLOR="white" POINT-SIZE="10"><B>running (pilot)</B></FONT></TD></TR></TABLE>>];
+     rft_stage2 [label=<<TABLE BORDER="0" CELLBORDER="1" CELLSPACING="0" CELLPADDING="5"><TR><TD BGCOLOR="#a9d3d9"><B>stage-2 RFT (on-policy distill)</B></TD></TR><TR><TD BGCOLOR="#efefef"><FONT POINT-SIZE="9" COLOR="#222222"><B>≈50M params</B></FONT></TD></TR><TR><TD ALIGN="LEFT"><FONT POINT-SIZE="9">distill the model's OWN best-of-N winning games back into greedy (RAFT); gentle LR was the unlock</FONT></TD></TR><TR><TD BGCOLOR="#4a4a4a"><FONT COLOR="white" POINT-SIZE="10"><B>0.319 · valid 0.681 (+0.038)</B></FONT></TD></TR></TABLE>>];
+     validity_max [label=<<TABLE BORDER="0" CELLBORDER="1" CELLSPACING="0" CELLPADDING="5"><TR><TD BGCOLOR="#a9d3d9"><B>validity-max (composition)</B></TD></TR><TR><TD BGCOLOR="#efefef"><FONT POINT-SIZE="9" COLOR="#222222"><B>≈50M params</B></FONT></TD></TR><TR><TD ALIGN="LEFT"><FONT POINT-SIZE="9">crank aux λ3 + distill own constrained-decode games to push in-weights spelling</FONT></TD></TR><TR><TD BGCOLOR="#4a4a4a"><FONT COLOR="white" POINT-SIZE="10"><B>0.305 · valid 0.712</B></FONT></TD></TR></TABLE>>];
  }
  subgraph cluster_inf { label=<<B>INFERENCE PROBES (decoding, contaminated bases)</B>>; fontsize=13; color="#cccccc"; style="rounded"; bgcolor="#fbfbfb";
    beam_dict [label=<<TABLE BORDER="0" CELLBORDER="1" CELLSPACING="0" CELLPADDING="5"><TR><TD BGCOLOR="#aac4dd"><B>beam + dictionary decode</B></TD></TR><TR><TD BGCOLOR="#efefef"><FONT POINT-SIZE="9" COLOR="#222222"><B>≈25M params</B></FONT></TD></TR><TR><TD ALIGN="LEFT"><FONT POINT-SIZE="9">beam search ± constrained to real words via trie (no training)</FONT></TD></TR><TR><TD BGCOLOR="#4a4a4a"><FONT COLOR="white" POINT-SIZE="10"><B>greedy 0.392 → beam+dict 0.580</B></FONT></TD></TR></TABLE>>];
    norepeat_decode [label=<<TABLE BORDER="0" CELLBORDER="1" CELLSPACING="0" CELLPADDING="5"><TR><TD BGCOLOR="#aac4dd"><B>beam+dict + no-repeat</B></TD></TR><TR><TD BGCOLOR="#efefef"><FONT POINT-SIZE="9" COLOR="#222222"><B>≈25M params</B></FONT></TD></TR><TR><TD ALIGN="LEFT"><FONT POINT-SIZE="9">beam(10) + dict-trie + never re-emit a prior guess</FONT></TD></TR><TR><TD BGCOLOR="#4a4a4a"><FONT COLOR="white" POINT-SIZE="10"><B>0.596</B></FONT></TD></TR></TABLE>>];
    turn_budget [label=<<TABLE BORDER="0" CELLBORDER="1" CELLSPACING="0" CELLPADDING="5"><TR><TD BGCOLOR="#aac4dd"><B>turn-budget probe</B></TD></TR><TR><TD BGCOLOR="#efefef"><FONT POINT-SIZE="9" COLOR="#222222"><B>≈25M params</B></FONT></TD></TR><TR><TD ALIGN="LEFT"><FONT POINT-SIZE="9">same weights, allow 6/8/10 guesses</FONT></TD></TR><TR><TD BGCOLOR="#4a4a4a"><FONT COLOR="white" POINT-SIZE="10"><B>0.392 flat</B></FONT></TD></TR></TABLE>>];
    passk [label=<<TABLE BORDER="0" CELLBORDER="1" CELLSPACING="0" CELLPADDING="5"><TR><TD BGCOLOR="#aac4dd"><B>pass@N probe</B></TD></TR><TR><TD BGCOLOR="#efefef"><FONT POINT-SIZE="9" COLOR="#222222"><B>≈50M params</B></FONT></TD></TR><TR><TD ALIGN="LEFT"><FONT POINT-SIZE="9">sample N full games/secret, count any win</FONT></TD></TR><TR><TD BGCOLOR="#4a4a4a"><FONT COLOR="white" POINT-SIZE="10"><B>greedy 0.453 → pass@10 0.787</B></FONT></TD></TR></TABLE>>];
    self_consistency [label=<<TABLE BORDER="0" CELLBORDER="1" CELLSPACING="0" CELLPADDING="5"><TR><TD BGCOLOR="#aac4dd"><B>self-consistency vote</B></TD></TR><TR><TD BGCOLOR="#efefef"><FONT POINT-SIZE="9" COLOR="#222222"><B>≈50M params</B></FONT></TD></TR><TR><TD ALIGN="LEFT"><FONT POINT-SIZE="9">sample 12 traces/turn, commit the majority vote (no filter)</FONT></TD></TR><TR><TD BGCOLOR="#4a4a4a"><FONT COLOR="white" POINT-SIZE="10"><B>vote 0.627 vs pass@12 0.953</B></FONT></TD></TR></TABLE>>];
  }
  subgraph cluster_inf2 { label=<<B>INFERENCE on the CLEAN fair weights (aided)</B>>; fontsize=13; color="#cccccc"; style="rounded"; bgcolor="#fbfbfb";
    constrained_decode [label=<<TABLE BORDER="0" CELLBORDER="1" CELLSPACING="0" CELLPADDING="5"><TR><TD BGCOLOR="#aac4dd"><B>constrained-decode diagnostic</B></TD></TR><TR><TD BGCOLOR="#efefef"><FONT POINT-SIZE="9" COLOR="#222222"><B>≈50M params</B></FONT></TD></TR><TR><TD ALIGN="LEFT"><FONT POINT-SIZE="9">greedy masked to real-word spellings; model still deduces</FONT></TD></TR><TR><TD BGCOLOR="#4a4a4a"><FONT COLOR="white" POINT-SIZE="10"><B>0.281 → 0.436 · valid 1.0 — KNOWS the words</B></FONT></TD></TR></TABLE>>];
    bestof16 [label=<<TABLE BORDER="0" CELLBORDER="1" CELLSPACING="0" CELLPADDING="5"><TR><TD BGCOLOR="#aac4dd"><B>best-of-16 (valid vote)</B></TD></TR><TR><TD BGCOLOR="#efefef"><FONT POINT-SIZE="9" COLOR="#222222"><B>≈50M params</B></FONT></TD></TR><TR><TD ALIGN="LEFT"><FONT POINT-SIZE="9">sample 16, keep real words, majority vote</FONT></TD></TR><TR><TD BGCOLOR="#4a4a4a"><FONT COLOR="white" POINT-SIZE="10"><B>0.632 · valid 0.925</B></FONT></TD></TR></TABLE>>];
    bestof16_nodict [label=<<TABLE BORDER="0" CELLBORDER="1" CELLSPACING="0" CELLPADDING="5"><TR><TD BGCOLOR="#aac4dd"><B>best-of-16 NO dict</B></TD></TR><TR><TD BGCOLOR="#efefef"><FONT POINT-SIZE="9" COLOR="#222222"><B>≈50M params</B></FONT></TD></TR><TR><TD ALIGN="LEFT"><FONT POINT-SIZE="9">same, but keep non-words too</FONT></TD></TR><TR><TD BGCOLOR="#4a4a4a"><FONT COLOR="white" POINT-SIZE="10"><B>0.243 — compute alone HURTS</B></FONT></TD></TR></TABLE>>];
    bestof64 [label=<<TABLE BORDER="0" CELLBORDER="1" CELLSPACING="0" CELLPADDING="5"><TR><TD BGCOLOR="#aac4dd"><B>best-of-64</B></TD></TR><TR><TD BGCOLOR="#efefef"><FONT POINT-SIZE="9" COLOR="#222222"><B>≈50M params</B></FONT></TD></TR><TR><TD ALIGN="LEFT"><FONT POINT-SIZE="9">N=64</FONT></TD></TR><TR><TD BGCOLOR="#4a4a4a"><FONT COLOR="white" POINT-SIZE="10"><B>0.703</B></FONT></TD></TR></TABLE>>];
    bestof128 [label=<<TABLE BORDER="0" CELLBORDER="1" CELLSPACING="0" CELLPADDING="5"><TR><TD BGCOLOR="#7fa8cf"><B>best-of-128 — BEST</B></TD></TR><TR><TD BGCOLOR="#efefef"><FONT POINT-SIZE="9" COLOR="#222222"><B>≈50M params</B></FONT></TD></TR><TR><TD ALIGN="LEFT"><FONT POINT-SIZE="9">N=128</FONT></TD></TR><TR><TD BGCOLOR="#1f5e66"><FONT COLOR="white" POINT-SIZE="10"><B>0.719 · valid 0.979 (plateau)</B></FONT></TD></TR></TABLE>>];
    beam_trie [label=<<TABLE BORDER="0" CELLBORDER="1" CELLSPACING="0" CELLPADDING="5"><TR><TD BGCOLOR="#aac4dd"><B>beam over real-word trie</B></TD></TR><TR><TD BGCOLOR="#efefef"><FONT POINT-SIZE="9" COLOR="#222222"><B>≈50M params</B></FONT></TD></TR><TR><TD ALIGN="LEFT"><FONT POINT-SIZE="9">sequence-level argmax over valid words (best deterministic)</FONT></TD></TR><TR><TD BGCOLOR="#4a4a4a"><FONT COLOR="white" POINT-SIZE="10"><B>0.550 · valid 1.0</B></FONT></TD></TR></TABLE>>];
  }
  subgraph cluster_dep { label=<<B>DEPLOYED FRAMING</B>>; fontsize=13; color="#cccccc"; style="rounded"; bgcolor="#fbfbfb";
    deployed [label=<<TABLE BORDER="0" CELLBORDER="1" CELLSPACING="0" CELLPADDING="5"><TR><TD BGCOLOR="#d9c89a"><B>deployed real-Wordle player</B></TD></TR><TR><TD BGCOLOR="#efefef"><FONT POINT-SIZE="9" COLOR="#222222"><B>≈50M params</B></FONT></TD></TR><TR><TD ALIGN="LEFT"><FONT POINT-SIZE="9">trained on all 2,315 known answers (fixed set = the real game)</FONT></TD></TR><TR><TD BGCOLOR="#4a4a4a"><FONT COLOR="white" POINT-SIZE="10"><B>~0.62 (legit deployed, framing)</B></FONT></TD></TR></TABLE>>];
  }
  sft_3m -> sft_5m [label="scale+depth"];
  sft_5m -> sft_25m [label="5x params"];
  sft_25m -> sft_25m_div [label="diverse secrets"];
  sft_25m -> scale_99m [label="pure scale"];
  scale_99m -> codesign_50m [label="redesign+curriculum"];
  codesign_50m -> sft_deep [label="isolate redesign, converge"];
  sft_deep -> sft_aux [label="add spelling loss"];
  sft_aux -> sft_aux_xl [label="scale aux"];
  sft_3m -> bpe_12m [label="swap to BPE"];
  bpe_12m -> bpe_50m [label="capacity test"];
  oreo_11m -> oreo_50m [label="scale"];
  sft_aux -> structured_ctx [label="add state block"];
  sft_aux -> passk [label="pass@N probe"];
  sft_25m -> beam_dict [label="beam+dict"];
  sft_25m -> norepeat_decode [label="+no-repeat"];
  sft_25m -> turn_budget [label="more guesses"];
  passk -> cot_14m [label="reason to surface latent"];
  cot_14m -> cot_50m [label="scale CoT"];
  cot_50m -> cot_50m_aux [label="+aux"];
  cot_50m -> cot_show [label="integrity A/B"];
  cot_show -> cot_eph [label="throwaway scratchpad (fix leak)"];
  sft_deep -> cot_eph [label="matched baseline"];
  cot_eph -> cot_eph_aux [label="stack +aux"];
  sft_aux -> cot_eph_aux [label="the spelling lever"];
  sft_5m -> grpo_5m [label="RL?"];
  grpo_5m -> grpo_5m_div [label="diverse"];
  sft_25m -> self_distill_25m [label="bank spelling"];
  self_distill_25m -> rl_consistency [label="legality reward"];
  self_distill_25m -> rl_perguess [label="per-guess credit"];
  self_distill_25m -> rl_dict [label="dict-in-loop"];
  self_distill_25m -> rl_constrained [label="surface the answer"];
  sft_aux -> rl_polish [label="polish best"];
  sft_aux -> rl_infogain [label="info-gain term"];
  cot_eph_aux -> rl_expert_10row [label="expert-iter"];
  rl_expert_10row -> rl_expert_tail [label="reachability"];
  rl_expert_10row -> rl_grpo_polish [label="token-GRPO"];
  cot_eph_aux -> self_consistency [label="vote vs pass@N"];
  cot_eph_aux -> dpo_commit [label="DPO commit"];
  cot_eph_aux -> dpo_decisive [label="clean pairs"];
  dpo_commit -> dpo_guessonly [label="guess-only"];
  cot_eph_aux -> constraint_aux [label="train-in reward"];
  dpo_commit -> dagger_v1 [label="failure relabel"];
  dpo_commit -> rl_grpo_reward [label="GRPO+reward"];
  dpo_commit -> rl_grpo_guessonly [label="guess-only credit"];
  dagger_v1 -> dagger_v2 [label="full coverage"];
  cot_eph_aux -> audit [label="is it correct?"];
  dpo_commit -> audit [label="audit 0.631 too"];
  cot_eph_aux -> clean_rerun [label="re-run leak-free"];
  clean_rerun -> overnight_clean_sft [label="clean base"];
  overnight_clean_sft -> overnight_clean_dpo [label="DPO"];
  overnight_clean_sft -> overnight_clean_grpo [label="GRPO"];
  overnight_clean_sft -> overnight_clean_dagger [label="DAgger"];
  overnight_clean_dagger -> overnight_clean_dagger2 [label="×2"];
  overnight_clean_sft -> fair_stage1 [label="know dict, hide answers"];
  fair_stage1 -> distill_constrained [label="push validity"];
  fair_stage1 -> infogain_xit_c [label="info-gain XIT"];
  fair_stage1 -> infogain_xit_f [label="free / STaR"];
  fair_stage1 -> dpo_fair [label="retry DPO clean"];
  distill_constrained -> grpo_full_fair [label="long GRPO"];
  fair_stage1 -> scale_tiny [label="shrink"];
  fair_stage1 -> scale_base [label="mid"];
  fair_stage1 -> scale_xl [label="grow"];
  fair_stage1 -> rft_stage2 [label="on-policy self-distill"];
+   fair_stage1 -> validity_max [label="push in-weights validity"];
  fair_stage1 -> constrained_decode [label="mask spelling (diagnostic)"];
  fair_stage1 -> bestof16 [label="test-time compute"];
  fair_stage1 -> bestof16_nodict [label="no-dict ablation"];
  bestof16 -> bestof64 [label="N=64"];
  bestof64 -> bestof128 [label="N=128"];
  fair_stage1 -> beam_trie [label="beam"];
  cot_eph_aux -> deployed [label="deployed framing"];
  dpo_commit -> deployed [label="best deployed"];
}
